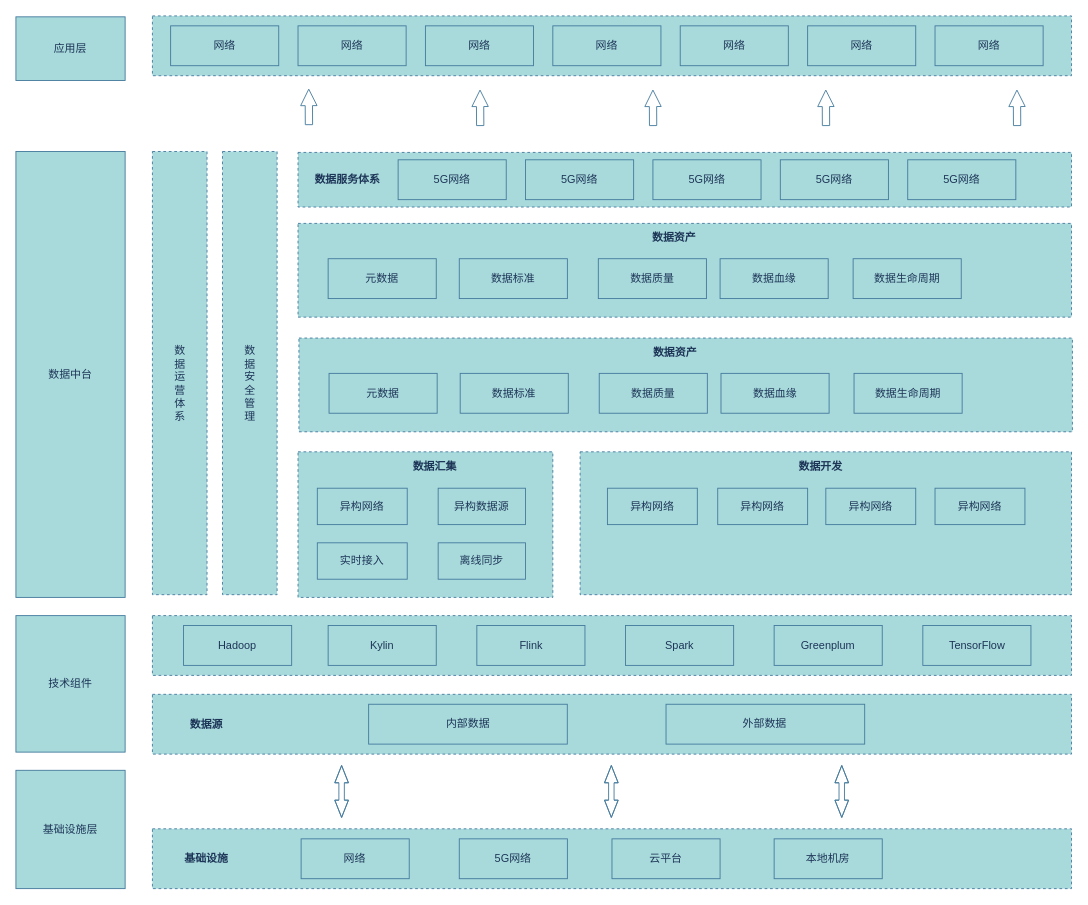
huyunzhen/diagrams keeps this draw.io diagram as page "数据中台技术架构图-1" (1 of 3) of bigdata-tech-architecture.drawio. Above is the earlier version. Source tidied: cells renumbered, new cells numbered last; positions are measured from the earlier drawing's top-left corner, leaving out a move shared by most shapes. Both pictures are drawn from the tidied source at 91%, with x=0, y=0 at pixel (15, 15).
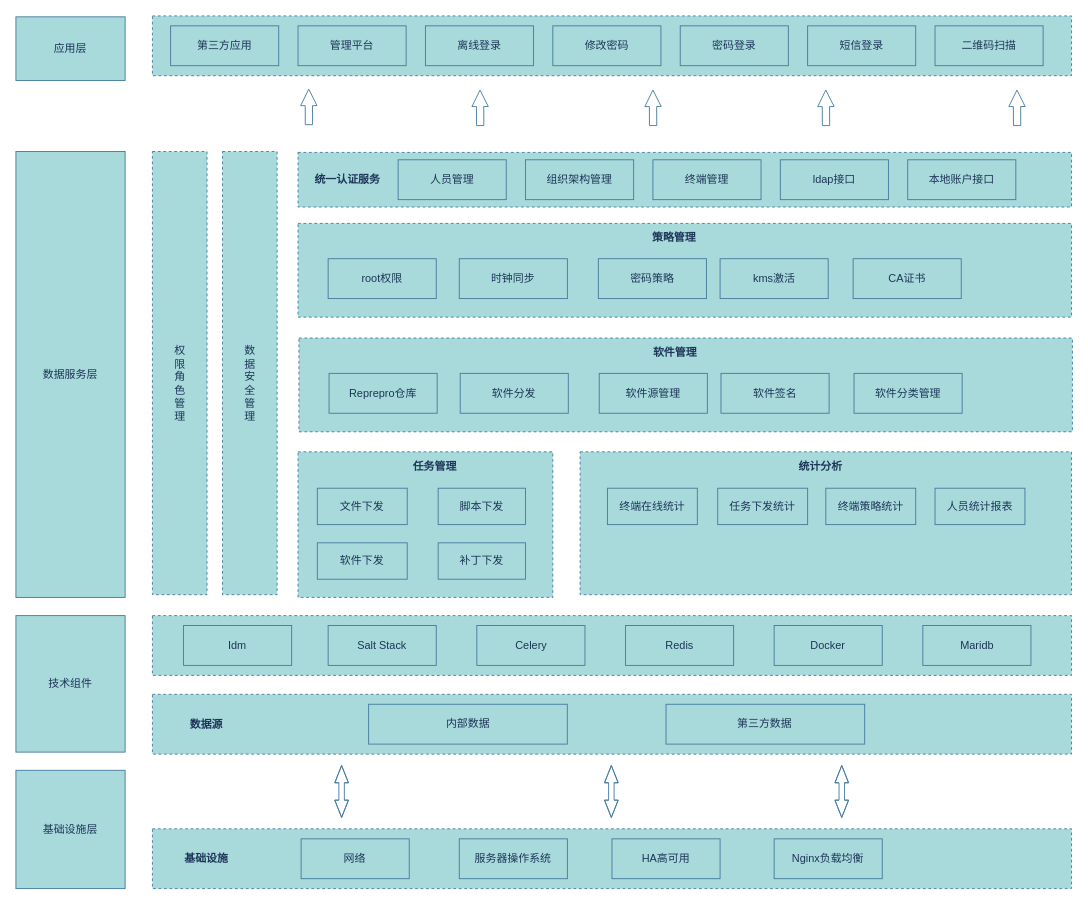
Above is the later version.

The edit, as a diff of the source:
```diff
@@
-    <mxCell id="7" value="数据服务体系" style="text;strokeColor=none;align=center;fillColor=none;html=1;verticalAlign=middle;whiteSpace=wrap;rounded=0;labelBackgroundColor=none;fontStyle=1;fontColor=#1D3557;" parent="1" vertex="1">
+    <mxCell id="7" value="统一认证服务" style="text;strokeColor=none;align=center;fillColor=none;html=1;verticalAlign=middle;whiteSpace=wrap;rounded=0;labelBackgroundColor=none;fontStyle=1;fontColor=#1D3557;" parent="1" vertex="1">
       <mxGeometry x="320" y="163.6" width="89.1" height="32.8" as="geometry" />
     </mxCell>
@@
-    <mxCell id="14" value="网络" style="rounded=0;whiteSpace=wrap;html=1;labelBackgroundColor=none;fillColor=#A8DADC;strokeColor=#457B9D;fontColor=#1D3557;" parent="1" vertex="1">
+    <mxCell id="14" value="第三方应用" style="rounded=0;whiteSpace=wrap;html=1;labelBackgroundColor=none;fillColor=#A8DADC;strokeColor=#457B9D;fontColor=#1D3557;" parent="1" vertex="1">
       <mxGeometry x="170" y="10.9" width="118.8" height="43.8" as="geometry" />
     </mxCell>
-    <mxCell id="15" value="网络" style="rounded=0;whiteSpace=wrap;html=1;labelBackgroundColor=none;fillColor=#A8DADC;strokeColor=#457B9D;fontColor=#1D3557;" parent="1" vertex="1">
+    <mxCell id="15" value="管理平台" style="rounded=0;whiteSpace=wrap;html=1;labelBackgroundColor=none;fillColor=#A8DADC;strokeColor=#457B9D;fontColor=#1D3557;" parent="1" vertex="1">
       <mxGeometry x="310" y="10.9" width="118.8" height="43.8" as="geometry" />
     </mxCell>
-    <mxCell id="16" value="网络" style="rounded=0;whiteSpace=wrap;html=1;labelBackgroundColor=none;fillColor=#A8DADC;strokeColor=#457B9D;fontColor=#1D3557;" parent="1" vertex="1">
+    <mxCell id="16" value="离线登录" style="rounded=0;whiteSpace=wrap;html=1;labelBackgroundColor=none;fillColor=#A8DADC;strokeColor=#457B9D;fontColor=#1D3557;" parent="1" vertex="1">
       <mxGeometry x="450" y="10.9" width="118.8" height="43.8" as="geometry" />
     </mxCell>
-    <mxCell id="17" value="网络" style="rounded=0;whiteSpace=wrap;html=1;labelBackgroundColor=none;fillColor=#A8DADC;strokeColor=#457B9D;fontColor=#1D3557;" parent="1" vertex="1">
+    <mxCell id="17" value="修改密码" style="rounded=0;whiteSpace=wrap;html=1;labelBackgroundColor=none;fillColor=#A8DADC;strokeColor=#457B9D;fontColor=#1D3557;" parent="1" vertex="1">
       <mxGeometry x="590" y="10.9" width="118.8" height="43.8" as="geometry" />
     </mxCell>
-    <mxCell id="18" value="网络" style="rounded=0;whiteSpace=wrap;html=1;labelBackgroundColor=none;fillColor=#A8DADC;strokeColor=#457B9D;fontColor=#1D3557;" parent="1" vertex="1">
+    <mxCell id="18" value="密码登录" style="rounded=0;whiteSpace=wrap;html=1;labelBackgroundColor=none;fillColor=#A8DADC;strokeColor=#457B9D;fontColor=#1D3557;" parent="1" vertex="1">
       <mxGeometry x="730" y="10.9" width="118.8" height="43.8" as="geometry" />
     </mxCell>
-    <mxCell id="19" value="网络" style="rounded=0;whiteSpace=wrap;html=1;labelBackgroundColor=none;fillColor=#A8DADC;strokeColor=#457B9D;fontColor=#1D3557;" parent="1" vertex="1">
+    <mxCell id="19" value="短信登录" style="rounded=0;whiteSpace=wrap;html=1;labelBackgroundColor=none;fillColor=#A8DADC;strokeColor=#457B9D;fontColor=#1D3557;" parent="1" vertex="1">
       <mxGeometry x="870" y="10.9" width="118.8" height="43.8" as="geometry" />
     </mxCell>
-    <mxCell id="20" value="网络" style="rounded=0;whiteSpace=wrap;html=1;labelBackgroundColor=none;fillColor=#A8DADC;strokeColor=#457B9D;fontColor=#1D3557;" parent="1" vertex="1">
+    <mxCell id="20" value="二维码扫描" style="rounded=0;whiteSpace=wrap;html=1;labelBackgroundColor=none;fillColor=#A8DADC;strokeColor=#457B9D;fontColor=#1D3557;" parent="1" vertex="1">
       <mxGeometry x="1010" y="10.9" width="118.8" height="43.8" as="geometry" />
     </mxCell>
-    <mxCell id="21" value="5G网络" style="rounded=0;whiteSpace=wrap;html=1;labelBackgroundColor=none;fillColor=#A8DADC;strokeColor=#457B9D;fontColor=#1D3557;" parent="1" vertex="1">
+    <mxCell id="21" value="人员管理" style="rounded=0;whiteSpace=wrap;html=1;labelBackgroundColor=none;fillColor=#A8DADC;strokeColor=#457B9D;fontColor=#1D3557;" parent="1" vertex="1">
       <mxGeometry x="420" y="158.1" width="118.8" height="43.8" as="geometry" />
     </mxCell>
-    <mxCell id="22" value="异构网络" style="rounded=0;whiteSpace=wrap;html=1;labelBackgroundColor=none;fillColor=#A8DADC;strokeColor=#457B9D;fontColor=#1D3557;" parent="1" vertex="1">
+    <mxCell id="22" value="文件下发" style="rounded=0;whiteSpace=wrap;html=1;labelBackgroundColor=none;fillColor=#A8DADC;strokeColor=#457B9D;fontColor=#1D3557;" parent="1" vertex="1">
       <mxGeometry x="331.2" y="519" width="98.8" height="40" as="geometry" />
     </mxCell>
-    <mxCell id="23" value="5G网络" style="rounded=0;whiteSpace=wrap;html=1;labelBackgroundColor=none;fillColor=#A8DADC;strokeColor=#457B9D;fontColor=#1D3557;" parent="1" vertex="1">
+    <mxCell id="23" value="组织架构管理" style="rounded=0;whiteSpace=wrap;html=1;labelBackgroundColor=none;fillColor=#A8DADC;strokeColor=#457B9D;fontColor=#1D3557;" parent="1" vertex="1">
       <mxGeometry x="560" y="158.1" width="118.8" height="43.8" as="geometry" />
     </mxCell>
-    <mxCell id="24" value="5G网络" style="rounded=0;whiteSpace=wrap;html=1;labelBackgroundColor=none;fillColor=#A8DADC;strokeColor=#457B9D;fontColor=#1D3557;" parent="1" vertex="1">
+    <mxCell id="24" value="终端管理" style="rounded=0;whiteSpace=wrap;html=1;labelBackgroundColor=none;fillColor=#A8DADC;strokeColor=#457B9D;fontColor=#1D3557;" parent="1" vertex="1">
       <mxGeometry x="700" y="158.1" width="118.8" height="43.8" as="geometry" />
     </mxCell>
-    <mxCell id="25" value="5G网络" style="rounded=0;whiteSpace=wrap;html=1;labelBackgroundColor=none;fillColor=#A8DADC;strokeColor=#457B9D;fontColor=#1D3557;" parent="1" vertex="1">
+    <mxCell id="25" value="ldap接口" style="rounded=0;whiteSpace=wrap;html=1;labelBackgroundColor=none;fillColor=#A8DADC;strokeColor=#457B9D;fontColor=#1D3557;" parent="1" vertex="1">
       <mxGeometry x="840" y="158.1" width="118.8" height="43.8" as="geometry" />
     </mxCell>
-    <mxCell id="26" value="5G网络" style="rounded=0;whiteSpace=wrap;html=1;labelBackgroundColor=none;fillColor=#A8DADC;strokeColor=#457B9D;fontColor=#1D3557;" parent="1" vertex="1">
+    <mxCell id="26" value="本地账户接口" style="rounded=0;whiteSpace=wrap;html=1;labelBackgroundColor=none;fillColor=#A8DADC;strokeColor=#457B9D;fontColor=#1D3557;" parent="1" vertex="1">
       <mxGeometry x="980" y="158.1" width="118.8" height="43.8" as="geometry" />
     </mxCell>
-    <mxCell id="27" value="实时接入" style="rounded=0;whiteSpace=wrap;html=1;labelBackgroundColor=none;fillColor=#A8DADC;strokeColor=#457B9D;fontColor=#1D3557;" parent="1" vertex="1">
+    <mxCell id="27" value="软件下发" style="rounded=0;whiteSpace=wrap;html=1;labelBackgroundColor=none;fillColor=#A8DADC;strokeColor=#457B9D;fontColor=#1D3557;" parent="1" vertex="1">
       <mxGeometry x="331.2" y="579" width="98.8" height="40" as="geometry" />
     </mxCell>
-    <mxCell id="28" value="异构数据源" style="rounded=0;whiteSpace=wrap;html=1;labelBackgroundColor=none;fillColor=#A8DADC;strokeColor=#457B9D;fontColor=#1D3557;" parent="1" vertex="1">
+    <mxCell id="28" value="脚本下发" style="rounded=0;whiteSpace=wrap;html=1;labelBackgroundColor=none;fillColor=#A8DADC;strokeColor=#457B9D;fontColor=#1D3557;" parent="1" vertex="1">
       <mxGeometry x="464" y="519" width="96" height="40" as="geometry" />
     </mxCell>
-    <mxCell id="29" value="离线同步" style="rounded=0;whiteSpace=wrap;html=1;labelBackgroundColor=none;fillColor=#A8DADC;strokeColor=#457B9D;fontColor=#1D3557;" parent="1" vertex="1">
+    <mxCell id="29" value="补丁下发" style="rounded=0;whiteSpace=wrap;html=1;labelBackgroundColor=none;fillColor=#A8DADC;strokeColor=#457B9D;fontColor=#1D3557;" parent="1" vertex="1">
       <mxGeometry x="464" y="579" width="96" height="40" as="geometry" />
     </mxCell>
-    <mxCell id="30" value="数据汇集" style="text;strokeColor=none;align=center;fillColor=none;html=1;verticalAlign=middle;whiteSpace=wrap;rounded=0;labelBackgroundColor=none;fontStyle=1;fontColor=#1D3557;" parent="1" vertex="1">
+    <mxCell id="30" value="任务管理" style="text;strokeColor=none;align=center;fillColor=none;html=1;verticalAlign=middle;whiteSpace=wrap;rounded=0;labelBackgroundColor=none;fontStyle=1;fontColor=#1D3557;" parent="1" vertex="1">
       <mxGeometry x="416" y="479" width="89.1" height="32.8" as="geometry" />
     </mxCell>
@@
-    <mxCell id="32" value="数据中台" style="rounded=0;whiteSpace=wrap;html=1;labelBackgroundColor=none;fillColor=#A8DADC;strokeColor=#457B9D;fontColor=#1D3557;" parent="1" vertex="1">
+    <mxCell id="32" value="数据服务层" style="rounded=0;whiteSpace=wrap;html=1;labelBackgroundColor=none;fillColor=#A8DADC;strokeColor=#457B9D;fontColor=#1D3557;" parent="1" vertex="1">
       <mxGeometry y="149" width="120" height="490" as="geometry" />
     </mxCell>
@@
-    <mxCell id="35" value="数据开发" style="text;strokeColor=none;align=center;fillColor=none;html=1;verticalAlign=middle;whiteSpace=wrap;rounded=0;labelBackgroundColor=none;fontStyle=1;fontColor=#1D3557;" parent="1" vertex="1">
+    <mxCell id="35" value="统计分析" style="text;strokeColor=none;align=center;fillColor=none;html=1;verticalAlign=middle;whiteSpace=wrap;rounded=0;labelBackgroundColor=none;fontStyle=1;fontColor=#1D3557;" parent="1" vertex="1">
       <mxGeometry x="840" y="479" width="89.1" height="32.8" as="geometry" />
     </mxCell>
-    <mxCell id="36" value="异构网络" style="rounded=0;whiteSpace=wrap;html=1;labelBackgroundColor=none;fillColor=#A8DADC;strokeColor=#457B9D;fontColor=#1D3557;" parent="1" vertex="1">
+    <mxCell id="36" value="终端在线统计" style="rounded=0;whiteSpace=wrap;html=1;labelBackgroundColor=none;fillColor=#A8DADC;strokeColor=#457B9D;fontColor=#1D3557;" parent="1" vertex="1">
       <mxGeometry x="650" y="519" width="98.8" height="40" as="geometry" />
     </mxCell>
-    <mxCell id="37" value="异构网络" style="rounded=0;whiteSpace=wrap;html=1;labelBackgroundColor=none;fillColor=#A8DADC;strokeColor=#457B9D;fontColor=#1D3557;" parent="1" vertex="1">
+    <mxCell id="37" value="任务下发统计" style="rounded=0;whiteSpace=wrap;html=1;labelBackgroundColor=none;fillColor=#A8DADC;strokeColor=#457B9D;fontColor=#1D3557;" parent="1" vertex="1">
       <mxGeometry x="771.2" y="519" width="98.8" height="40" as="geometry" />
     </mxCell>
-    <mxCell id="38" value="异构网络" style="rounded=0;whiteSpace=wrap;html=1;labelBackgroundColor=none;fillColor=#A8DADC;strokeColor=#457B9D;fontColor=#1D3557;" parent="1" vertex="1">
+    <mxCell id="38" value="终端策略统计" style="rounded=0;whiteSpace=wrap;html=1;labelBackgroundColor=none;fillColor=#A8DADC;strokeColor=#457B9D;fontColor=#1D3557;" parent="1" vertex="1">
       <mxGeometry x="890" y="519" width="98.8" height="40" as="geometry" />
     </mxCell>
-    <mxCell id="39" value="异构网络" style="rounded=0;whiteSpace=wrap;html=1;labelBackgroundColor=none;fillColor=#A8DADC;strokeColor=#457B9D;fontColor=#1D3557;" parent="1" vertex="1">
+    <mxCell id="39" value="人员统计报表" style="rounded=0;whiteSpace=wrap;html=1;labelBackgroundColor=none;fillColor=#A8DADC;strokeColor=#457B9D;fontColor=#1D3557;" parent="1" vertex="1">
       <mxGeometry x="1010" y="519" width="98.8" height="40" as="geometry" />
     </mxCell>
-    <mxCell id="40" value="数据资产" style="text;strokeColor=none;align=center;fillColor=none;html=1;verticalAlign=middle;whiteSpace=wrap;rounded=0;labelBackgroundColor=none;fontStyle=1;fontColor=#1D3557;" parent="1" vertex="1">
+    <mxCell id="40" value="策略管理" style="text;strokeColor=none;align=center;fillColor=none;html=1;verticalAlign=middle;whiteSpace=wrap;rounded=0;labelBackgroundColor=none;fontStyle=1;fontColor=#1D3557;" parent="1" vertex="1">
       <mxGeometry x="678.8" y="228" width="89.1" height="32.8" as="geometry" />
     </mxCell>
@@
-    <mxCell id="45" value="外部数据" style="rounded=0;whiteSpace=wrap;html=1;labelBackgroundColor=none;fillColor=#A8DADC;strokeColor=#457B9D;fontColor=#1D3557;" parent="1" vertex="1">
+    <mxCell id="45" value="第三方数据" style="rounded=0;whiteSpace=wrap;html=1;labelBackgroundColor=none;fillColor=#A8DADC;strokeColor=#457B9D;fontColor=#1D3557;" parent="1" vertex="1">
       <mxGeometry x="714.4" y="756.4" width="218.3" height="43.8" as="geometry" />
     </mxCell>
@@
-    <mxCell id="48" value="5G网络" style="rounded=0;whiteSpace=wrap;html=1;labelBackgroundColor=none;fillColor=#A8DADC;strokeColor=#457B9D;fontColor=#1D3557;" parent="1" vertex="1">
+    <mxCell id="48" value="服务器操作系统" style="rounded=0;whiteSpace=wrap;html=1;labelBackgroundColor=none;fillColor=#A8DADC;strokeColor=#457B9D;fontColor=#1D3557;" parent="1" vertex="1">
       <mxGeometry x="487.2" y="904.3" width="118.8" height="43.8" as="geometry" />
     </mxCell>
-    <mxCell id="49" value="云平台" style="rounded=0;whiteSpace=wrap;html=1;labelBackgroundColor=none;fillColor=#A8DADC;strokeColor=#457B9D;fontColor=#1D3557;" parent="1" vertex="1">
+    <mxCell id="49" value="HA高可用" style="rounded=0;whiteSpace=wrap;html=1;labelBackgroundColor=none;fillColor=#A8DADC;strokeColor=#457B9D;fontColor=#1D3557;" parent="1" vertex="1">
       <mxGeometry x="655" y="904.3" width="118.8" height="43.8" as="geometry" />
     </mxCell>
-    <mxCell id="50" value="本地机房" style="rounded=0;whiteSpace=wrap;html=1;labelBackgroundColor=none;fillColor=#A8DADC;strokeColor=#457B9D;fontColor=#1D3557;" parent="1" vertex="1">
+    <mxCell id="50" value="Nginx负载均衡" style="rounded=0;whiteSpace=wrap;html=1;labelBackgroundColor=none;fillColor=#A8DADC;strokeColor=#457B9D;fontColor=#1D3557;" parent="1" vertex="1">
       <mxGeometry x="833.2" y="904.3" width="118.8" height="43.8" as="geometry" />
     </mxCell>
@@
-    <mxCell id="52" value="Hadoop" style="rounded=0;whiteSpace=wrap;html=1;labelBackgroundColor=none;fillColor=#A8DADC;strokeColor=#457B9D;fontColor=#1D3557;" parent="1" vertex="1">
+    <mxCell id="52" value="Idm" style="rounded=0;whiteSpace=wrap;html=1;labelBackgroundColor=none;fillColor=#A8DADC;strokeColor=#457B9D;fontColor=#1D3557;" parent="1" vertex="1">
       <mxGeometry x="184.2" y="669.9" width="118.8" height="43.8" as="geometry" />
     </mxCell>
-    <mxCell id="53" value="Kylin" style="rounded=0;whiteSpace=wrap;html=1;labelBackgroundColor=none;fillColor=#A8DADC;strokeColor=#457B9D;fontColor=#1D3557;" parent="1" vertex="1">
+    <mxCell id="53" value="Salt Stack" style="rounded=0;whiteSpace=wrap;html=1;labelBackgroundColor=none;fillColor=#A8DADC;strokeColor=#457B9D;fontColor=#1D3557;" parent="1" vertex="1">
       <mxGeometry x="343.1" y="669.9" width="118.8" height="43.8" as="geometry" />
     </mxCell>
-    <mxCell id="54" value="Flink" style="rounded=0;whiteSpace=wrap;html=1;labelBackgroundColor=none;fillColor=#A8DADC;strokeColor=#457B9D;fontColor=#1D3557;" parent="1" vertex="1">
+    <mxCell id="54" value="Celery" style="rounded=0;whiteSpace=wrap;html=1;labelBackgroundColor=none;fillColor=#A8DADC;strokeColor=#457B9D;fontColor=#1D3557;" parent="1" vertex="1">
       <mxGeometry x="506.5" y="669.9" width="118.8" height="43.8" as="geometry" />
     </mxCell>
-    <mxCell id="55" value="Spark" style="rounded=0;whiteSpace=wrap;html=1;labelBackgroundColor=none;fillColor=#A8DADC;strokeColor=#457B9D;fontColor=#1D3557;" parent="1" vertex="1">
+    <mxCell id="55" value="Redis" style="rounded=0;whiteSpace=wrap;html=1;labelBackgroundColor=none;fillColor=#A8DADC;strokeColor=#457B9D;fontColor=#1D3557;" parent="1" vertex="1">
       <mxGeometry x="669.9" y="669.9" width="118.8" height="43.8" as="geometry" />
     </mxCell>
-    <mxCell id="56" value="Greenplum" style="rounded=0;whiteSpace=wrap;html=1;labelBackgroundColor=none;fillColor=#A8DADC;strokeColor=#457B9D;fontColor=#1D3557;" parent="1" vertex="1">
+    <mxCell id="56" value="Docker" style="rounded=0;whiteSpace=wrap;html=1;labelBackgroundColor=none;fillColor=#A8DADC;strokeColor=#457B9D;fontColor=#1D3557;" parent="1" vertex="1">
       <mxGeometry x="833.2" y="669.9" width="118.8" height="43.8" as="geometry" />
     </mxCell>
-    <mxCell id="57" value="TensorFlow" style="rounded=0;whiteSpace=wrap;html=1;labelBackgroundColor=none;fillColor=#A8DADC;strokeColor=#457B9D;fontColor=#1D3557;" parent="1" vertex="1">
+    <mxCell id="57" value="Maridb" style="rounded=0;whiteSpace=wrap;html=1;labelBackgroundColor=none;fillColor=#A8DADC;strokeColor=#457B9D;fontColor=#1D3557;" parent="1" vertex="1">
       <mxGeometry x="996.6" y="669.9" width="118.8" height="43.8" as="geometry" />
     </mxCell>
@@
-    <mxCell id="64" value="数&lt;br&gt;据&lt;br&gt;运&lt;br&gt;营&lt;br&gt;体&lt;br&gt;系" style="text;strokeColor=none;align=center;fillColor=none;html=1;verticalAlign=middle;whiteSpace=wrap;rounded=0;labelBackgroundColor=none;fontColor=#1D3557;" parent="1" vertex="1">
+    <mxCell id="64" value="权&lt;br&gt;限&lt;br&gt;角&lt;br&gt;色&lt;br&gt;管&lt;br&gt;理" style="text;strokeColor=none;align=center;fillColor=none;html=1;verticalAlign=middle;whiteSpace=wrap;rounded=0;labelBackgroundColor=none;fontColor=#1D3557;" parent="1" vertex="1">
       <mxGeometry x="162.5" y="334.8" width="35" height="139" as="geometry" />
     </mxCell>
-    <mxCell id="65" value="元数据" style="rounded=0;whiteSpace=wrap;html=1;labelBackgroundColor=none;fillColor=#A8DADC;strokeColor=#457B9D;fontColor=#1D3557;" parent="1" vertex="1">
+    <mxCell id="65" value="root权限" style="rounded=0;whiteSpace=wrap;html=1;labelBackgroundColor=none;fillColor=#A8DADC;strokeColor=#457B9D;fontColor=#1D3557;" parent="1" vertex="1">
       <mxGeometry x="343.1" y="266.8" width="118.8" height="43.8" as="geometry" />
     </mxCell>
-    <mxCell id="66" value="数据标准" style="rounded=0;whiteSpace=wrap;html=1;labelBackgroundColor=none;fillColor=#A8DADC;strokeColor=#457B9D;fontColor=#1D3557;" parent="1" vertex="1">
+    <mxCell id="66" value="时钟同步" style="rounded=0;whiteSpace=wrap;html=1;labelBackgroundColor=none;fillColor=#A8DADC;strokeColor=#457B9D;fontColor=#1D3557;" parent="1" vertex="1">
       <mxGeometry x="487.2" y="266.8" width="118.8" height="43.8" as="geometry" />
     </mxCell>
-    <mxCell id="67" value="数据质量" style="rounded=0;whiteSpace=wrap;html=1;labelBackgroundColor=none;fillColor=#A8DADC;strokeColor=#457B9D;fontColor=#1D3557;" parent="1" vertex="1">
+    <mxCell id="67" value="密码策略" style="rounded=0;whiteSpace=wrap;html=1;labelBackgroundColor=none;fillColor=#A8DADC;strokeColor=#457B9D;fontColor=#1D3557;" parent="1" vertex="1">
       <mxGeometry x="640" y="266.8" width="118.8" height="43.8" as="geometry" />
     </mxCell>
-    <mxCell id="68" value="数据血缘" style="rounded=0;whiteSpace=wrap;html=1;labelBackgroundColor=none;fillColor=#A8DADC;strokeColor=#457B9D;fontColor=#1D3557;" parent="1" vertex="1">
+    <mxCell id="68" value="kms激活" style="rounded=0;whiteSpace=wrap;html=1;labelBackgroundColor=none;fillColor=#A8DADC;strokeColor=#457B9D;fontColor=#1D3557;" parent="1" vertex="1">
       <mxGeometry x="773.8" y="266.8" width="118.8" height="43.8" as="geometry" />
     </mxCell>
-    <mxCell id="69" value="数据生命周期" style="rounded=0;whiteSpace=wrap;html=1;labelBackgroundColor=none;fillColor=#A8DADC;strokeColor=#457B9D;fontColor=#1D3557;" parent="1" vertex="1">
+    <mxCell id="69" value="CA证书" style="rounded=0;whiteSpace=wrap;html=1;labelBackgroundColor=none;fillColor=#A8DADC;strokeColor=#457B9D;fontColor=#1D3557;" parent="1" vertex="1">
       <mxGeometry x="920" y="266.8" width="118.8" height="43.8" as="geometry" />
     </mxCell>
@@
-    <mxCell id="71" value="数据资产" style="text;strokeColor=none;align=center;fillColor=none;html=1;verticalAlign=middle;whiteSpace=wrap;rounded=0;labelBackgroundColor=none;fontStyle=1;fontColor=#1D3557;" parent="1" vertex="1">
+    <mxCell id="71" value="软件管理" style="text;strokeColor=none;align=center;fillColor=none;html=1;verticalAlign=middle;whiteSpace=wrap;rounded=0;labelBackgroundColor=none;fontStyle=1;fontColor=#1D3557;" parent="1" vertex="1">
       <mxGeometry x="679.8" y="354" width="89.1" height="32.8" as="geometry" />
     </mxCell>
-    <mxCell id="72" value="元数据" style="rounded=0;whiteSpace=wrap;html=1;labelBackgroundColor=none;fillColor=#A8DADC;strokeColor=#457B9D;fontColor=#1D3557;" parent="1" vertex="1">
+    <mxCell id="72" value="Reprepro仓库" style="rounded=0;whiteSpace=wrap;html=1;labelBackgroundColor=none;fillColor=#A8DADC;strokeColor=#457B9D;fontColor=#1D3557;" parent="1" vertex="1">
       <mxGeometry x="344.1" y="392.8" width="118.8" height="43.8" as="geometry" />
     </mxCell>
-    <mxCell id="73" value="数据标准" style="rounded=0;whiteSpace=wrap;html=1;labelBackgroundColor=none;fillColor=#A8DADC;strokeColor=#457B9D;fontColor=#1D3557;" parent="1" vertex="1">
+    <mxCell id="73" value="软件分发" style="rounded=0;whiteSpace=wrap;html=1;labelBackgroundColor=none;fillColor=#A8DADC;strokeColor=#457B9D;fontColor=#1D3557;" parent="1" vertex="1">
       <mxGeometry x="488.2" y="392.8" width="118.8" height="43.8" as="geometry" />
     </mxCell>
-    <mxCell id="74" value="数据质量" style="rounded=0;whiteSpace=wrap;html=1;labelBackgroundColor=none;fillColor=#A8DADC;strokeColor=#457B9D;fontColor=#1D3557;" parent="1" vertex="1">
+    <mxCell id="74" value="软件源管理" style="rounded=0;whiteSpace=wrap;html=1;labelBackgroundColor=none;fillColor=#A8DADC;strokeColor=#457B9D;fontColor=#1D3557;" parent="1" vertex="1">
       <mxGeometry x="641" y="392.8" width="118.8" height="43.8" as="geometry" />
     </mxCell>
-    <mxCell id="75" value="数据血缘" style="rounded=0;whiteSpace=wrap;html=1;labelBackgroundColor=none;fillColor=#A8DADC;strokeColor=#457B9D;fontColor=#1D3557;" parent="1" vertex="1">
+    <mxCell id="75" value="软件签名" style="rounded=0;whiteSpace=wrap;html=1;labelBackgroundColor=none;fillColor=#A8DADC;strokeColor=#457B9D;fontColor=#1D3557;" parent="1" vertex="1">
       <mxGeometry x="774.8" y="392.8" width="118.8" height="43.8" as="geometry" />
     </mxCell>
-    <mxCell id="76" value="数据生命周期" style="rounded=0;whiteSpace=wrap;html=1;labelBackgroundColor=none;fillColor=#A8DADC;strokeColor=#457B9D;fontColor=#1D3557;" parent="1" vertex="1">
+    <mxCell id="76" value="软件分类管理" style="rounded=0;whiteSpace=wrap;html=1;labelBackgroundColor=none;fillColor=#A8DADC;strokeColor=#457B9D;fontColor=#1D3557;" parent="1" vertex="1">
       <mxGeometry x="921" y="392.8" width="118.8" height="43.8" as="geometry" />
     </mxCell>
```
